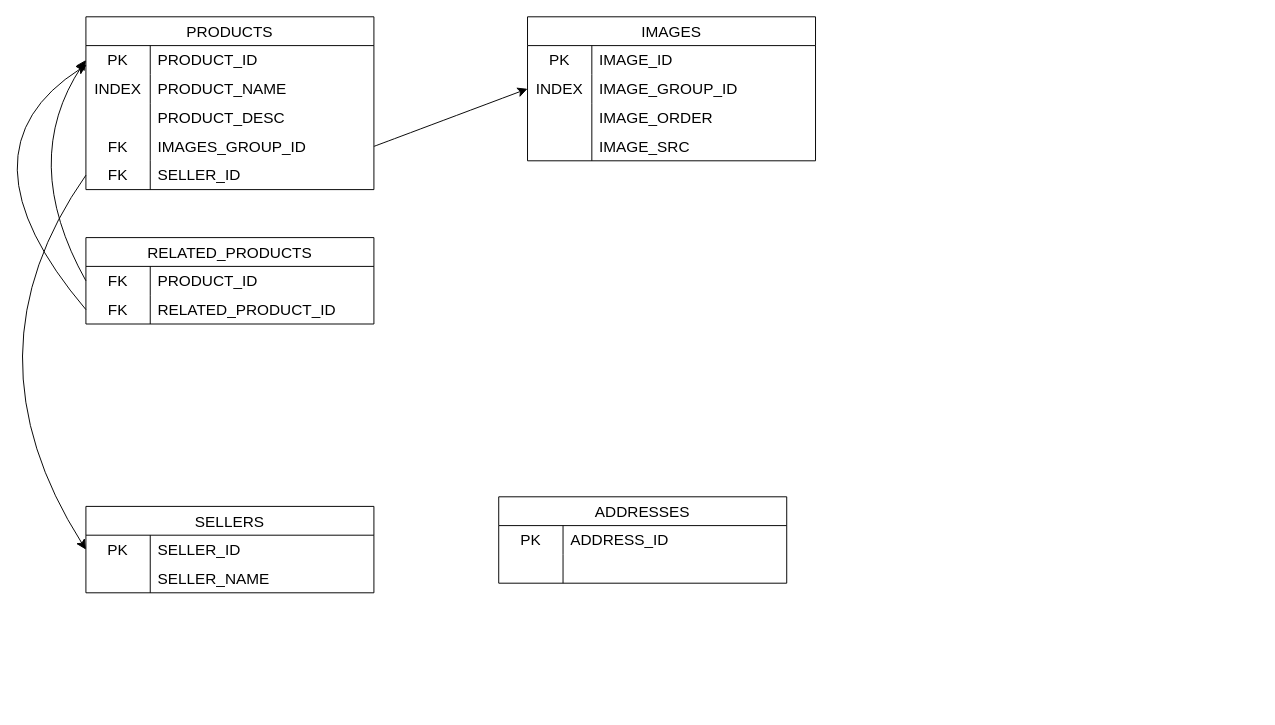
Earlier version of the draw.io diagram Diagrams/sellerCentral.drawio (abd-rish/ECommerce). Source tidied: cells renumbered, new cells numbered last; positions are measured from the earlier drawing's top-left corner, leaving out a move shared by most shapes. Both pictures are drawn from the tidied source at 96%, with x=0, y=0 at pixel (-49, 16).
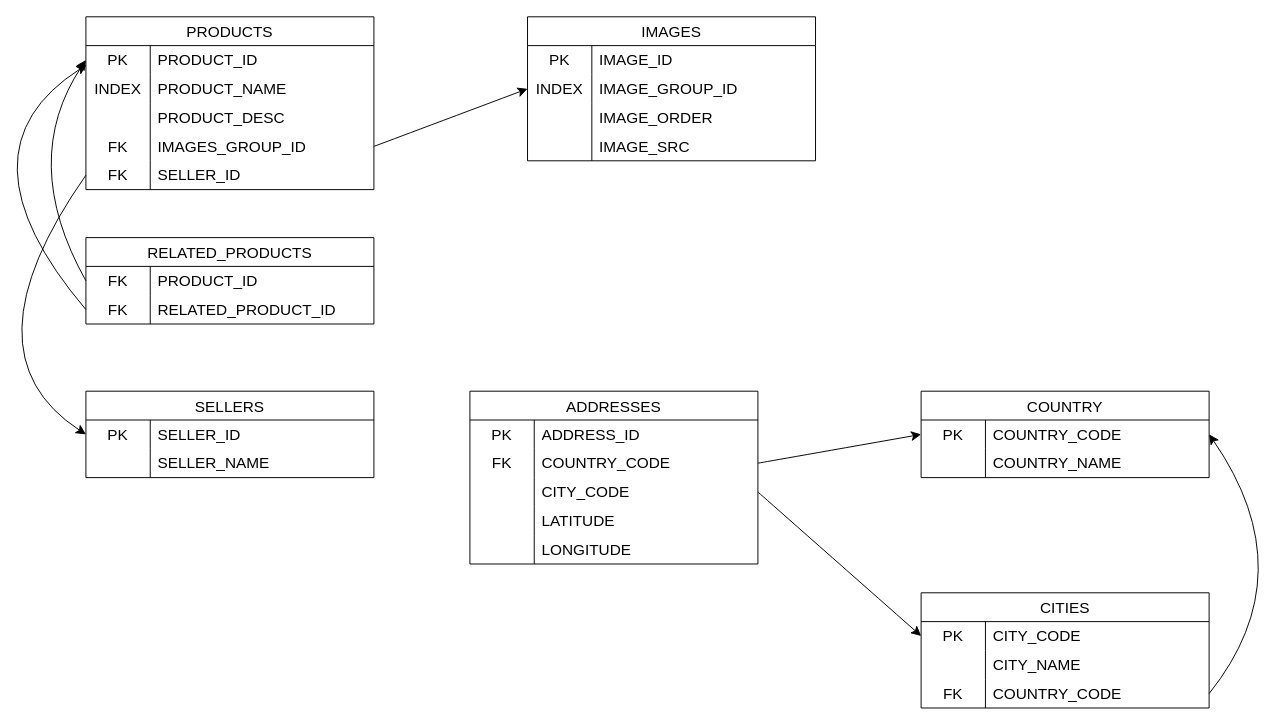
The same page after the edit.

The change refers to these unchanged cells:
```xml
<mxCell id="53" style="shape=tableRow;horizontal=0;startSize=0;swimlaneHead=0;swimlaneBody=0;top=0;left=0;bottom=0;right=0;fillColor=none;points=[[0,0.5],[1,0.5]];portConstraint=eastwest;strokeColor=inherit;fontSize=16;" parent="49" vertex="1">
  <mxGeometry y="60" width="300" height="30" as="geometry" />
</mxCell>
```

Change to the diagram source:
```diff
@@
     <mxCell id="41" value="SELLERS" style="shape=table;startSize=30;childLayout=tableLayout;rowLines=0;fontStyle=0;strokeColor=default;fontSize=16;" parent="1" vertex="1">
-      <mxGeometry x="140" y="510" width="300" height="90" as="geometry" />
+      <mxGeometry x="140" y="390" width="300" height="90" as="geometry" />
     </mxCell>
@@
     <mxCell id="49" value="ADDRESSES" style="shape=table;startSize=30;childLayout=tableLayout;rowLines=0;fontStyle=0;strokeColor=default;fontSize=16;" parent="1" vertex="1">
-      <mxGeometry x="570" y="500" width="300" height="90" as="geometry" />
+      <mxGeometry x="540" y="390" width="300" height="180" as="geometry" />
     </mxCell>
@@
-    <mxCell id="54" style="shape=partialRectangle;html=1;whiteSpace=wrap;fillColor=none;top=0;left=0;bottom=0;right=0;overflow=hidden;strokeColor=inherit;fontSize=16;" parent="53" vertex="1">
+    <mxCell id="54" value="FK" style="shape=partialRectangle;html=1;whiteSpace=wrap;fillColor=none;top=0;left=0;bottom=0;right=0;overflow=hidden;strokeColor=inherit;fontSize=16;" parent="53" vertex="1">
       <mxGeometry width="67" height="30" as="geometry" />
     </mxCell>
-    <mxCell id="55" style="shape=partialRectangle;html=1;whiteSpace=wrap;fillColor=none;top=0;left=0;bottom=0;right=0;align=left;spacingLeft=6;overflow=hidden;strokeColor=inherit;fontSize=16;" parent="53" vertex="1">
+    <mxCell id="55" value="COUNTRY_CODE" style="shape=partialRectangle;html=1;whiteSpace=wrap;fillColor=none;top=0;left=0;bottom=0;right=0;align=left;spacingLeft=6;overflow=hidden;strokeColor=inherit;fontSize=16;" parent="53" vertex="1">
       <mxGeometry x="67" width="233" height="30" as="geometry" />
     </mxCell>
+    <mxCell id="56" style="shape=tableRow;horizontal=0;startSize=0;swimlaneHead=0;swimlaneBody=0;top=0;left=0;bottom=0;right=0;fillColor=none;points=[[0,0.5],[1,0.5]];portConstraint=eastwest;strokeColor=inherit;fontSize=16;" parent="49" vertex="1">
+      <mxGeometry y="90" width="300" height="30" as="geometry" />
+    </mxCell>
+    <mxCell id="57" style="shape=partialRectangle;html=1;whiteSpace=wrap;fillColor=none;top=0;left=0;bottom=0;right=0;overflow=hidden;strokeColor=inherit;fontSize=16;" parent="56" vertex="1">
+      <mxGeometry width="67" height="30" as="geometry" />
+    </mxCell>
+    <mxCell id="58" value="CITY_CODE" style="shape=partialRectangle;html=1;whiteSpace=wrap;fillColor=none;top=0;left=0;bottom=0;right=0;align=left;spacingLeft=6;overflow=hidden;strokeColor=inherit;fontSize=16;" parent="56" vertex="1">
+      <mxGeometry x="67" width="233" height="30" as="geometry" />
+    </mxCell>
+    <mxCell id="59" style="shape=tableRow;horizontal=0;startSize=0;swimlaneHead=0;swimlaneBody=0;top=0;left=0;bottom=0;right=0;fillColor=none;strokeColor=inherit;fontSize=16;" parent="49" vertex="1">
+      <mxGeometry y="120" width="300" height="30" as="geometry" />
+    </mxCell>
+    <mxCell id="60" style="shape=partialRectangle;html=1;whiteSpace=wrap;fillColor=none;top=0;left=0;bottom=0;right=0;overflow=hidden;strokeColor=inherit;fontSize=16;" parent="59" vertex="1">
+      <mxGeometry width="67" height="30" as="geometry" />
+    </mxCell>
+    <mxCell id="61" value="LATITUDE" style="shape=partialRectangle;html=1;whiteSpace=wrap;fillColor=none;top=0;left=0;bottom=0;right=0;align=left;spacingLeft=6;overflow=hidden;strokeColor=inherit;fontSize=16;" parent="59" vertex="1">
+      <mxGeometry x="67" width="233" height="30" as="geometry" />
+    </mxCell>
+    <mxCell id="62" style="shape=tableRow;horizontal=0;startSize=0;swimlaneHead=0;swimlaneBody=0;top=0;left=0;bottom=0;right=0;fillColor=none;strokeColor=inherit;fontSize=16;" parent="49" vertex="1">
+      <mxGeometry y="150" width="300" height="30" as="geometry" />
+    </mxCell>
+    <mxCell id="63" style="shape=partialRectangle;html=1;whiteSpace=wrap;fillColor=none;top=0;left=0;bottom=0;right=0;overflow=hidden;strokeColor=inherit;fontSize=16;" parent="62" vertex="1">
+      <mxGeometry width="67" height="30" as="geometry" />
+    </mxCell>
+    <mxCell id="64" value="LONGITUDE" style="shape=partialRectangle;html=1;whiteSpace=wrap;fillColor=none;top=0;left=0;bottom=0;right=0;align=left;spacingLeft=6;overflow=hidden;strokeColor=inherit;fontSize=16;" parent="62" vertex="1">
+      <mxGeometry x="67" width="233" height="30" as="geometry" />
+    </mxCell>
+    <mxCell id="65" value="COUNTRY" style="shape=table;startSize=30;childLayout=tableLayout;rowLines=0;fontStyle=0;strokeColor=default;fontSize=16;" parent="1" vertex="1">
+      <mxGeometry x="1010" y="390" width="300" height="90" as="geometry" />
+    </mxCell>
+    <mxCell id="66" style="shape=tableRow;horizontal=0;startSize=0;swimlaneHead=0;swimlaneBody=0;top=0;left=0;bottom=0;right=0;fillColor=none;points=[[0,0.5],[1,0.5]];portConstraint=eastwest;strokeColor=inherit;fontSize=16;" parent="65" vertex="1">
+      <mxGeometry y="30" width="300" height="30" as="geometry" />
+    </mxCell>
+    <mxCell id="67" value="PK" style="shape=partialRectangle;html=1;whiteSpace=wrap;fillColor=none;top=0;left=0;bottom=0;right=0;overflow=hidden;strokeColor=inherit;fontSize=16;" parent="66" vertex="1">
+      <mxGeometry width="67" height="30" as="geometry" />
+    </mxCell>
+    <mxCell id="68" value="COUNTRY_CODE" style="shape=partialRectangle;html=1;whiteSpace=wrap;fillColor=none;top=0;left=0;bottom=0;right=0;align=left;spacingLeft=6;overflow=hidden;strokeColor=inherit;fontSize=16;" parent="66" vertex="1">
+      <mxGeometry x="67" width="233" height="30" as="geometry" />
+    </mxCell>
+    <mxCell id="69" style="shape=tableRow;horizontal=0;startSize=0;swimlaneHead=0;swimlaneBody=0;top=0;left=0;bottom=0;right=0;fillColor=none;strokeColor=inherit;fontSize=16;" parent="65" vertex="1">
+      <mxGeometry y="60" width="300" height="30" as="geometry" />
+    </mxCell>
+    <mxCell id="70" style="shape=partialRectangle;html=1;whiteSpace=wrap;fillColor=none;top=0;left=0;bottom=0;right=0;overflow=hidden;strokeColor=inherit;fontSize=16;" parent="69" vertex="1">
+      <mxGeometry width="67" height="30" as="geometry" />
+    </mxCell>
+    <mxCell id="71" value="COUNTRY_NAME" style="shape=partialRectangle;html=1;whiteSpace=wrap;fillColor=none;top=0;left=0;bottom=0;right=0;align=left;spacingLeft=6;overflow=hidden;strokeColor=inherit;fontSize=16;" parent="69" vertex="1">
+      <mxGeometry x="67" width="233" height="30" as="geometry" />
+    </mxCell>
+    <mxCell id="72" style="edgeStyle=none;curved=1;rounded=0;jettySize=auto;html=1;exitX=1;exitY=0.5;exitDx=0;exitDy=0;entryX=0;entryY=0.5;entryDx=0;entryDy=0;fontSize=12;startSize=8;endSize=8;" parent="1" edge="1" source="53" target="65">
+      <mxGeometry relative="1" as="geometry" />
+    </mxCell>
+    <mxCell id="73" value="CITIES" style="shape=table;startSize=30;childLayout=tableLayout;rowLines=0;fontStyle=0;strokeColor=default;fontSize=16;" parent="1" vertex="1">
+      <mxGeometry x="1010" y="600" width="300" height="120" as="geometry" />
+    </mxCell>
+    <mxCell id="74" style="shape=tableRow;horizontal=0;startSize=0;swimlaneHead=0;swimlaneBody=0;top=0;left=0;bottom=0;right=0;fillColor=none;points=[[0,0.5],[1,0.5]];portConstraint=eastwest;strokeColor=inherit;fontSize=16;" parent="73" vertex="1">
+      <mxGeometry y="30" width="300" height="30" as="geometry" />
+    </mxCell>
+    <mxCell id="75" value="PK" style="shape=partialRectangle;html=1;whiteSpace=wrap;fillColor=none;top=0;left=0;bottom=0;right=0;overflow=hidden;strokeColor=inherit;fontSize=16;" parent="74" vertex="1">
+      <mxGeometry width="67" height="30" as="geometry" />
+    </mxCell>
+    <mxCell id="76" value="CITY_CODE" style="shape=partialRectangle;html=1;whiteSpace=wrap;fillColor=none;top=0;left=0;bottom=0;right=0;align=left;spacingLeft=6;overflow=hidden;strokeColor=inherit;fontSize=16;" parent="74" vertex="1">
+      <mxGeometry x="67" width="233" height="30" as="geometry" />
+    </mxCell>
+    <mxCell id="77" style="shape=tableRow;horizontal=0;startSize=0;swimlaneHead=0;swimlaneBody=0;top=0;left=0;bottom=0;right=0;fillColor=none;strokeColor=inherit;fontSize=16;" parent="73" vertex="1">
+      <mxGeometry y="60" width="300" height="30" as="geometry" />
+    </mxCell>
+    <mxCell id="78" style="shape=partialRectangle;html=1;whiteSpace=wrap;fillColor=none;top=0;left=0;bottom=0;right=0;overflow=hidden;strokeColor=inherit;fontSize=16;" parent="77" vertex="1">
+      <mxGeometry width="67" height="30" as="geometry" />
+    </mxCell>
+    <mxCell id="79" value="CITY_NAME" style="shape=partialRectangle;html=1;whiteSpace=wrap;fillColor=none;top=0;left=0;bottom=0;right=0;align=left;spacingLeft=6;overflow=hidden;strokeColor=inherit;fontSize=16;" parent="77" vertex="1">
+      <mxGeometry x="67" width="233" height="30" as="geometry" />
+    </mxCell>
+    <mxCell id="80" style="shape=tableRow;horizontal=0;startSize=0;swimlaneHead=0;swimlaneBody=0;top=0;left=0;bottom=0;right=0;fillColor=none;points=[[0,0.5],[1,0.5]];portConstraint=eastwest;strokeColor=inherit;fontSize=16;" parent="73" vertex="1">
+      <mxGeometry y="90" width="300" height="30" as="geometry" />
+    </mxCell>
+    <mxCell id="81" value="FK" style="shape=partialRectangle;html=1;whiteSpace=wrap;fillColor=none;top=0;left=0;bottom=0;right=0;overflow=hidden;strokeColor=inherit;fontSize=16;" parent="80" vertex="1">
+      <mxGeometry width="67" height="30" as="geometry" />
+    </mxCell>
+    <mxCell id="82" value="COUNTRY_CODE" style="shape=partialRectangle;html=1;whiteSpace=wrap;fillColor=none;top=0;left=0;bottom=0;right=0;align=left;spacingLeft=6;overflow=hidden;strokeColor=inherit;fontSize=16;" parent="80" vertex="1">
+      <mxGeometry x="67" width="233" height="30" as="geometry" />
+    </mxCell>
+    <mxCell id="83" style="edgeStyle=none;curved=1;rounded=0;jettySize=auto;html=1;exitX=1;exitY=0.5;exitDx=0;exitDy=0;entryX=1;entryY=0.5;entryDx=0;entryDy=0;fontSize=12;startSize=8;endSize=8;" parent="1" edge="1" source="80" target="66">
+      <mxGeometry relative="1" as="geometry">
+        <Array as="points">
+          <mxPoint x="1410" y="580" />
+        </Array>
+      </mxGeometry>
+    </mxCell>
+    <mxCell id="84" style="edgeStyle=none;curved=1;rounded=0;jettySize=auto;html=1;exitX=1;exitY=0.5;exitDx=0;exitDy=0;entryX=0;entryY=0.5;entryDx=0;entryDy=0;fontSize=12;startSize=8;endSize=8;" parent="1" edge="1" source="56" target="74">
+      <mxGeometry relative="1" as="geometry" />
+    </mxCell>
```
